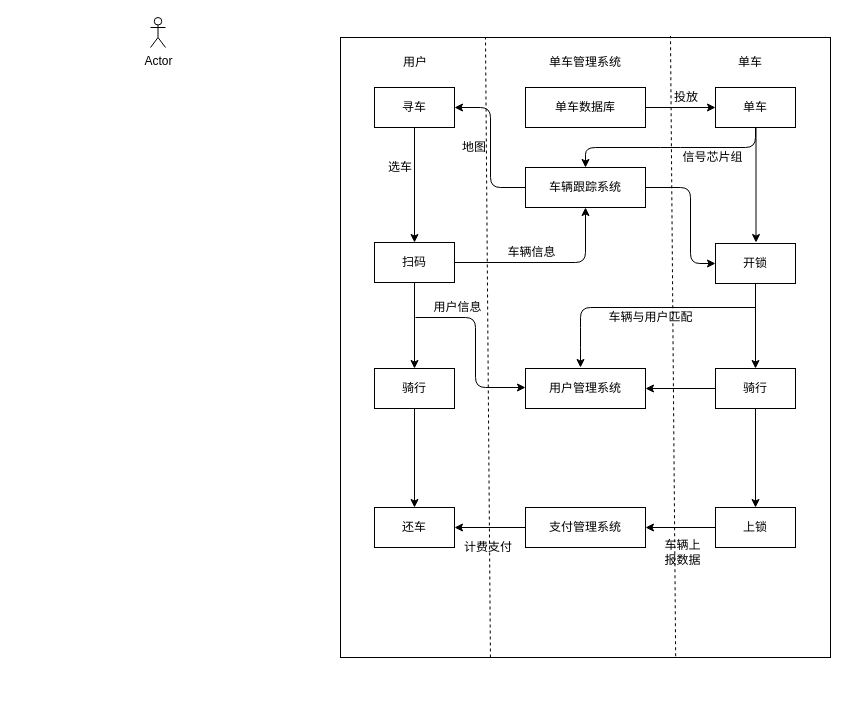
Tracyqyt/Tracyqyt.github.io keeps this draw.io diagram as Untitled Diagram.drawio. Above is the earlier version. Source tidied: cells renumbered, new cells numbered last; positions are measured from the earlier drawing's top-left corner, leaving out a move shared by most shapes. Both pictures are drawn from the tidied source at 100%, with x=0, y=0 at pixel (150, 17). Pictures stored in the file or linked from it are replaced by grey dashed boxes.
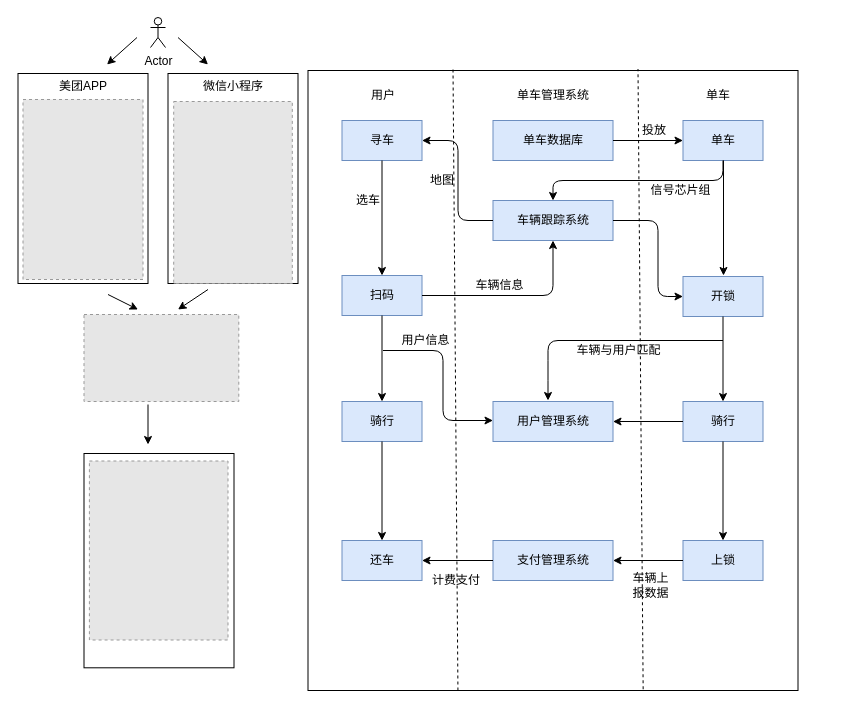
The same diagram, later.

Diff of the diagram source:
```diff
@@
+    <mxCell id="46" style="group;" parent="1" vertex="1">
+      <mxGeometry x="-132.5" y="56" width="329" height="594.3" as="geometry" />
+    </mxCell>
+    <mxCell id="47" style="rounded=0;whiteSpace=wrap;html=1;" parent="46" vertex="1">
+      <mxGeometry width="130" height="210" as="geometry" />
+    </mxCell>
+    <mxCell id="48" style="rounded=0;whiteSpace=wrap;html=1;" parent="46" vertex="1">
+      <mxGeometry x="150" width="130" height="210" as="geometry" />
+    </mxCell>
+    <mxCell id="49" style="fillColor=#E6E6E6;strokeColor=#999999;dashed=1;verticalLabelPosition=bottom;verticalAlign=top;" parent="46" vertex="1">
+      <mxGeometry x="5" y="26" width="120" height="180" as="geometry" />
+    </mxCell>
+    <mxCell id="50" style="fillColor=#E6E6E6;strokeColor=#999999;dashed=1;verticalLabelPosition=bottom;verticalAlign=top;" parent="46" vertex="1">
+      <mxGeometry x="155.7" y="28" width="118.6" height="182" as="geometry" />
+    </mxCell>
+    <mxCell id="51" value="美团APP" style="text;html=1;strokeColor=none;fillColor=none;align=center;verticalAlign=middle;whiteSpace=wrap;rounded=0;" parent="46" vertex="1">
+      <mxGeometry x="30" y="3" width="70" height="20" as="geometry" />
+    </mxCell>
+    <mxCell id="52" value="微信小程序" style="text;html=1;strokeColor=none;fillColor=none;align=center;verticalAlign=middle;whiteSpace=wrap;rounded=0;" parent="46" vertex="1">
+      <mxGeometry x="180" y="3" width="70" height="20" as="geometry" />
+    </mxCell>
+    <mxCell id="53" style="rounded=0;whiteSpace=wrap;html=1;" parent="46" vertex="1">
+      <mxGeometry x="66" y="380" width="150" height="214.3" as="geometry" />
+    </mxCell>
+    <mxCell id="54" style="fillColor=#E6E6E6;strokeColor=#999999;dashed=1;verticalLabelPosition=bottom;verticalAlign=top;" parent="46" vertex="1">
+      <mxGeometry x="71.4" y="387.5" width="138.6" height="179" as="geometry" />
+    </mxCell>
+    <mxCell id="55" style="endArrow=classic;html=1;" parent="46" edge="1">
+      <mxGeometry relative="1" as="geometry">
+        <mxPoint x="90" y="221" as="sourcePoint" />
+        <mxPoint x="120" y="236" as="targetPoint" />
+      </mxGeometry>
+    </mxCell>
+    <mxCell id="56" style="fillColor=#E6E6E6;strokeColor=#999999;dashed=1;verticalLabelPosition=bottom;verticalAlign=top;" parent="46" vertex="1">
+      <mxGeometry x="66" y="241" width="154.8" height="87" as="geometry" />
+    </mxCell>
+    <mxCell id="57" style="group;" parent="1" vertex="1">
+      <mxGeometry x="157.5" y="50" width="490" height="623" as="geometry" />
+    </mxCell>
+    <mxCell id="58" style="group;" parent="57" vertex="1">
+      <mxGeometry y="1.5" width="490" height="621.5" as="geometry" />
+    </mxCell>
-    <mxCell id="3" style="rounded=0;whiteSpace=wrap;html=1;" parent="1" vertex="1">
-      <mxGeometry x="190" y="20" width="490" height="620" as="geometry" />
+    <mxCell id="3" style="rounded=0;whiteSpace=wrap;html=1;" parent="58" vertex="1">
+      <mxGeometry y="1.5" width="490" height="620" as="geometry" />
     </mxCell>
-    <mxCell id="4" style="edgeStyle=orthogonalEdgeStyle;rounded=0;jettySize=auto;html=1;" parent="1" edge="1" source="5" target="15">
-      <mxGeometry relative="1" as="geometry" />
-    </mxCell>
-    <mxCell id="5" value="寻车" style="rounded=0;whiteSpace=wrap;html=1;" parent="1" vertex="1">
-      <mxGeometry x="224" y="70" width="80" height="40" as="geometry" />
+    <mxCell id="5" value="寻车" style="rounded=0;whiteSpace=wrap;html=1;fillColor=#dae8fc;strokeColor=#6c8ebf;" parent="58" vertex="1">
+      <mxGeometry x="34" y="51.5" width="80" height="40" as="geometry" />
     </mxCell>
-    <mxCell id="6" style="endArrow=none;dashed=1;html=1;exitX=0.306;exitY=1;exitDx=0;exitDy=0;exitPerimeter=0;" parent="1" edge="1" source="3">
-      <mxGeometry relative="1" as="geometry">
-        <mxPoint x="335" y="20" as="targetPoint" />
-      </mxGeometry>
-    </mxCell>
-    <mxCell id="7" style="endArrow=none;dashed=1;html=1;exitX=0.684;exitY=0.998;exitDx=0;exitDy=0;exitPerimeter=0;" parent="1" edge="1" source="3">
+    <mxCell id="7" style="endArrow=none;dashed=1;html=1;exitX=0.684;exitY=0.998;exitDx=0;exitDy=0;exitPerimeter=0;" parent="58" edge="1" source="3">
       <mxGeometry relative="1" as="geometry">
-        <mxPoint x="520" y="18.5" as="targetPoint" />
+        <mxPoint x="330" as="targetPoint" />
       </mxGeometry>
     </mxCell>
-    <mxCell id="8" value="用户" style="text;html=1;strokeColor=none;fillColor=none;align=center;verticalAlign=middle;whiteSpace=wrap;rounded=0;" parent="1" vertex="1">
-      <mxGeometry x="220" y="30" width="90" height="30" as="geometry" />
+    <mxCell id="8" value="用户" style="text;html=1;strokeColor=none;fillColor=none;align=center;verticalAlign=middle;whiteSpace=wrap;rounded=0;" parent="58" vertex="1">
+      <mxGeometry x="30" y="11.5" width="90" height="30" as="geometry" />
     </mxCell>
-    <mxCell id="9" value="单车管理系统" style="text;html=1;strokeColor=none;fillColor=none;align=center;verticalAlign=middle;whiteSpace=wrap;rounded=0;" parent="1" vertex="1">
-      <mxGeometry x="390" y="30" width="90" height="30" as="geometry" />
+    <mxCell id="9" value="单车管理系统" style="text;html=1;strokeColor=none;fillColor=none;align=center;verticalAlign=middle;whiteSpace=wrap;rounded=0;" parent="58" vertex="1">
+      <mxGeometry x="200" y="11.5" width="90" height="30" as="geometry" />
     </mxCell>
-    <mxCell id="10" value="单车" style="text;html=1;strokeColor=none;fillColor=none;align=center;verticalAlign=middle;whiteSpace=wrap;rounded=0;" parent="1" vertex="1">
-      <mxGeometry x="555" y="30" width="90" height="30" as="geometry" />
+    <mxCell id="10" value="单车" style="text;html=1;strokeColor=none;fillColor=none;align=center;verticalAlign=middle;whiteSpace=wrap;rounded=0;" parent="58" vertex="1">
+      <mxGeometry x="365" y="11.5" width="90" height="30" as="geometry" />
     </mxCell>
-    <mxCell id="11" value="单车" style="rounded=0;whiteSpace=wrap;html=1;" parent="1" vertex="1">
-      <mxGeometry x="565" y="70" width="80" height="40" as="geometry" />
+    <mxCell id="11" value="单车" style="rounded=0;whiteSpace=wrap;html=1;fillColor=#dae8fc;strokeColor=#6c8ebf;" parent="58" vertex="1">
+      <mxGeometry x="375" y="51.5" width="80" height="40" as="geometry" />
     </mxCell>
+    <mxCell id="13" value="单车数据库" style="rounded=0;whiteSpace=wrap;html=1;fillColor=#dae8fc;strokeColor=#6c8ebf;" parent="58" vertex="1">
+      <mxGeometry x="185" y="51.5" width="120" height="40" as="geometry" />
+    </mxCell>
-    <mxCell id="12" style="edgeStyle=orthogonalEdgeStyle;rounded=0;jettySize=auto;html=1;" parent="1" edge="1" source="13" target="11">
+    <mxCell id="12" style="edgeStyle=orthogonalEdgeStyle;rounded=0;jettySize=auto;html=1;" parent="58" edge="1" source="13" target="11">
       <mxGeometry relative="1" as="geometry" />
     </mxCell>
-    <mxCell id="13" value="单车数据库" style="rounded=0;whiteSpace=wrap;html=1;" parent="1" vertex="1">
-      <mxGeometry x="375" y="70" width="120" height="40" as="geometry" />
-    </mxCell>
+    <mxCell id="15" value="扫码" style="rounded=0;whiteSpace=wrap;html=1;fillColor=#dae8fc;strokeColor=#6c8ebf;" parent="58" vertex="1">
+      <mxGeometry x="34" y="206.5" width="80" height="40" as="geometry" />
+    </mxCell>
+    <mxCell id="4" style="edgeStyle=orthogonalEdgeStyle;rounded=0;jettySize=auto;html=1;" parent="58" edge="1" source="5" target="15">
+      <mxGeometry relative="1" as="geometry" />
+    </mxCell>
+    <mxCell id="17" value="开锁" style="rounded=0;whiteSpace=wrap;html=1;fillColor=#dae8fc;strokeColor=#6c8ebf;" parent="58" vertex="1">
+      <mxGeometry x="375" y="207.5" width="80" height="40" as="geometry" />
+    </mxCell>
+    <mxCell id="19" value="骑行" style="rounded=0;whiteSpace=wrap;html=1;fillColor=#dae8fc;strokeColor=#6c8ebf;" parent="58" vertex="1">
+      <mxGeometry x="34" y="332.5" width="80" height="40" as="geometry" />
+    </mxCell>
-    <mxCell id="14" style="edgeStyle=orthogonalEdgeStyle;rounded=0;jettySize=auto;html=1;" parent="1" edge="1" source="15" target="19">
+    <mxCell id="14" style="edgeStyle=orthogonalEdgeStyle;rounded=0;jettySize=auto;html=1;" parent="58" edge="1" source="15" target="19">
       <mxGeometry relative="1" as="geometry" />
     </mxCell>
-    <mxCell id="15" value="扫码" style="rounded=0;whiteSpace=wrap;html=1;" parent="1" vertex="1">
-      <mxGeometry x="224" y="225" width="80" height="40" as="geometry" />
-    </mxCell>
+    <mxCell id="22" value="骑行" style="rounded=0;whiteSpace=wrap;html=1;fillColor=#dae8fc;strokeColor=#6c8ebf;" parent="58" vertex="1">
+      <mxGeometry x="375" y="332.5" width="80" height="40" as="geometry" />
+    </mxCell>
-    <mxCell id="16" style="edgeStyle=orthogonalEdgeStyle;rounded=0;jettySize=auto;html=1;" parent="1" edge="1" source="17" target="22">
+    <mxCell id="16" style="edgeStyle=orthogonalEdgeStyle;rounded=0;jettySize=auto;html=1;" parent="58" edge="1" source="17" target="22">
       <mxGeometry relative="1" as="geometry" />
     </mxCell>
-    <mxCell id="17" value="开锁" style="rounded=0;whiteSpace=wrap;html=1;" parent="1" vertex="1">
-      <mxGeometry x="565" y="226" width="80" height="40" as="geometry" />
-    </mxCell>
+    <mxCell id="24" value="上锁" style="rounded=0;whiteSpace=wrap;html=1;fillColor=#dae8fc;strokeColor=#6c8ebf;" parent="58" vertex="1">
+      <mxGeometry x="375" y="471.5" width="80" height="40" as="geometry" />
+    </mxCell>
+    <mxCell id="20" style="edgeStyle=orthogonalEdgeStyle;rounded=0;jettySize=auto;html=1;" parent="58" edge="1" source="22" target="24">
+      <mxGeometry relative="1" as="geometry" />
+    </mxCell>
+    <mxCell id="25" value="还车" style="rounded=0;whiteSpace=wrap;html=1;fillColor=#dae8fc;strokeColor=#6c8ebf;" parent="58" vertex="1">
+      <mxGeometry x="34" y="471.5" width="80" height="40" as="geometry" />
+    </mxCell>
-    <mxCell id="18" style="edgeStyle=orthogonalEdgeStyle;rounded=0;jettySize=auto;html=1;" parent="1" edge="1" source="19" target="25">
+    <mxCell id="18" style="edgeStyle=orthogonalEdgeStyle;rounded=0;jettySize=auto;html=1;" parent="58" edge="1" source="19" target="25">
       <mxGeometry relative="1" as="geometry" />
     </mxCell>
-    <mxCell id="19" value="骑行" style="rounded=0;whiteSpace=wrap;html=1;" parent="1" vertex="1">
-      <mxGeometry x="224" y="351" width="80" height="40" as="geometry" />
-    </mxCell>
-    <mxCell id="20" style="edgeStyle=orthogonalEdgeStyle;rounded=0;jettySize=auto;html=1;" parent="1" edge="1" source="22" target="24">
-      <mxGeometry relative="1" as="geometry" />
-    </mxCell>
-    <mxCell id="21" style="edgeStyle=orthogonalEdgeStyle;rounded=0;jettySize=auto;html=1;" parent="1" edge="1" source="22" target="36">
-      <mxGeometry relative="1" as="geometry" />
-    </mxCell>
-    <mxCell id="22" value="骑行" style="rounded=0;whiteSpace=wrap;html=1;" parent="1" vertex="1">
-      <mxGeometry x="565" y="351" width="80" height="40" as="geometry" />
-    </mxCell>
-    <mxCell id="23" style="edgeStyle=orthogonalEdgeStyle;rounded=0;jettySize=auto;html=1;" parent="1" edge="1" source="24" target="38">
-      <mxGeometry relative="1" as="geometry" />
-    </mxCell>
-    <mxCell id="24" value="上锁" style="rounded=0;whiteSpace=wrap;html=1;" parent="1" vertex="1">
-      <mxGeometry x="565" y="490" width="80" height="40" as="geometry" />
-    </mxCell>
-    <mxCell id="25" value="还车" style="rounded=0;whiteSpace=wrap;html=1;" parent="1" vertex="1">
-      <mxGeometry x="224" y="490" width="80" height="40" as="geometry" />
-    </mxCell>
-    <mxCell id="26" value="投放" style="text;html=1;strokeColor=none;fillColor=none;align=center;verticalAlign=middle;whiteSpace=wrap;rounded=0;" parent="1" vertex="1">
-      <mxGeometry x="516" y="70" width="40" height="20" as="geometry" />
+    <mxCell id="26" value="投放" style="text;html=1;strokeColor=none;fillColor=none;align=center;verticalAlign=middle;whiteSpace=wrap;rounded=0;" parent="58" vertex="1">
+      <mxGeometry x="326" y="51.5" width="40" height="20" as="geometry" />
     </mxCell>
-    <mxCell id="27" value="车辆跟踪系统" style="rounded=0;whiteSpace=wrap;html=1;" parent="1" vertex="1">
-      <mxGeometry x="375" y="150" width="120" height="40" as="geometry" />
+    <mxCell id="27" value="车辆跟踪系统" style="rounded=0;whiteSpace=wrap;html=1;fillColor=#dae8fc;strokeColor=#6c8ebf;" parent="58" vertex="1">
+      <mxGeometry x="185" y="131.5" width="120" height="40" as="geometry" />
     </mxCell>
-    <mxCell id="28" style="endArrow=classic;html=1;entryX=1;entryY=0.5;entryDx=0;entryDy=0;exitX=0;exitY=0.5;exitDx=0;exitDy=0;" parent="1" edge="1" source="27" target="5">
+    <mxCell id="28" style="endArrow=classic;html=1;entryX=1;entryY=0.5;entryDx=0;entryDy=0;exitX=0;exitY=0.5;exitDx=0;exitDy=0;" parent="58" edge="1" source="27" target="5">
       <mxGeometry relative="1" as="geometry">
         <Array as="points">
-          <mxPoint x="340" y="170" />
-          <mxPoint x="340" y="90" />
+          <mxPoint x="150" y="151.5" />
+          <mxPoint x="150" y="71.5" />
         </Array>
       </mxGeometry>
     </mxCell>
-    <mxCell id="29" style="endArrow=classic;html=1;entryX=0.5;entryY=0;entryDx=0;entryDy=0;exitX=0.5;exitY=1;exitDx=0;exitDy=0;" parent="1" edge="1" source="11" target="27">
+    <mxCell id="29" style="endArrow=classic;html=1;entryX=0.5;entryY=0;entryDx=0;entryDy=0;exitX=0.5;exitY=1;exitDx=0;exitDy=0;" parent="58" edge="1" source="11" target="27">
       <mxGeometry relative="1" as="geometry">
         <Array as="points">
-          <mxPoint x="605" y="130" />
-          <mxPoint x="520" y="130" />
-          <mxPoint x="435" y="130" />
+          <mxPoint x="415" y="111.5" />
+          <mxPoint x="330" y="111.5" />
+          <mxPoint x="245" y="111.5" />
         </Array>
       </mxGeometry>
     </mxCell>
-    <mxCell id="30" value="地图" style="text;html=1;strokeColor=none;fillColor=none;align=center;verticalAlign=middle;whiteSpace=wrap;rounded=0;" parent="1" vertex="1">
-      <mxGeometry x="304" y="120" width="40" height="20" as="geometry" />
+    <mxCell id="30" value="地图" style="text;html=1;strokeColor=none;fillColor=none;align=center;verticalAlign=middle;whiteSpace=wrap;rounded=0;" parent="58" vertex="1">
+      <mxGeometry x="114" y="101.5" width="40" height="20" as="geometry" />
     </mxCell>
-    <mxCell id="31" value="信号芯片组" style="text;html=1;strokeColor=none;fillColor=none;align=center;verticalAlign=middle;whiteSpace=wrap;rounded=0;" parent="1" vertex="1">
-      <mxGeometry x="525" y="130" width="75" height="20" as="geometry" />
+    <mxCell id="31" value="信号芯片组" style="text;html=1;strokeColor=none;fillColor=none;align=center;verticalAlign=middle;whiteSpace=wrap;rounded=0;" parent="58" vertex="1">
+      <mxGeometry x="335" y="111.5" width="75" height="20" as="geometry" />
     </mxCell>
-    <mxCell id="32" value="选车" style="text;html=1;strokeColor=none;fillColor=none;align=center;verticalAlign=middle;whiteSpace=wrap;rounded=0;" parent="1" vertex="1">
-      <mxGeometry x="230" y="140" width="40" height="20" as="geometry" />
+    <mxCell id="32" value="选车" style="text;html=1;strokeColor=none;fillColor=none;align=center;verticalAlign=middle;whiteSpace=wrap;rounded=0;" parent="58" vertex="1">
+      <mxGeometry x="40" y="121.5" width="40" height="20" as="geometry" />
     </mxCell>
-    <mxCell id="33" style="endArrow=classic;html=1;exitX=1;exitY=0.5;exitDx=0;exitDy=0;entryX=0.5;entryY=1;entryDx=0;entryDy=0;" parent="1" edge="1" source="15" target="27">
+    <mxCell id="33" style="endArrow=classic;html=1;exitX=1;exitY=0.5;exitDx=0;exitDy=0;entryX=0.5;entryY=1;entryDx=0;entryDy=0;" parent="58" edge="1" source="15" target="27">
       <mxGeometry relative="1" as="geometry">
         <Array as="points">
-          <mxPoint x="435" y="245" />
+          <mxPoint x="245" y="226.5" />
         </Array>
       </mxGeometry>
     </mxCell>
-    <mxCell id="34" style="edgeStyle=orthogonalEdgeStyle;rounded=0;orthogonalLoop=1;jettySize=auto;html=1;" parent="1" edge="1">
+    <mxCell id="34" style="edgeStyle=orthogonalEdgeStyle;rounded=0;orthogonalLoop=1;jettySize=auto;html=1;" parent="58" edge="1">
       <mxGeometry relative="1" as="geometry">
-        <mxPoint x="605.5" y="110" as="sourcePoint" />
-        <mxPoint x="605.5" y="225" as="targetPoint" />
+        <mxPoint x="415.5" y="91.5" as="sourcePoint" />
+        <mxPoint x="415.5" y="206.5" as="targetPoint" />
       </mxGeometry>
     </mxCell>
-    <mxCell id="35" style="endArrow=classic;html=1;exitX=1;exitY=0.5;exitDx=0;exitDy=0;entryX=0;entryY=0.5;entryDx=0;entryDy=0;" parent="1" edge="1" source="27" target="17">
+    <mxCell id="35" style="endArrow=classic;html=1;exitX=1;exitY=0.5;exitDx=0;exitDy=0;entryX=0;entryY=0.5;entryDx=0;entryDy=0;" parent="58" edge="1" source="27" target="17">
       <mxGeometry relative="1" as="geometry">
         <Array as="points">
-          <mxPoint x="540" y="170" />
-          <mxPoint x="540" y="246" />
+          <mxPoint x="350" y="151.5" />
+          <mxPoint x="350" y="227.5" />
         </Array>
       </mxGeometry>
     </mxCell>
-    <mxCell id="36" value="用户管理系统" style="rounded=0;whiteSpace=wrap;html=1;" parent="1" vertex="1">
-      <mxGeometry x="375" y="351" width="120" height="40" as="geometry" />
+    <mxCell id="36" value="用户管理系统" style="rounded=0;whiteSpace=wrap;html=1;fillColor=#dae8fc;strokeColor=#6c8ebf;" parent="58" vertex="1">
+      <mxGeometry x="185" y="332.5" width="120" height="40" as="geometry" />
     </mxCell>
-    <mxCell id="37" style="edgeStyle=orthogonalEdgeStyle;rounded=0;jettySize=auto;html=1;" parent="1" edge="1" source="38" target="25">
-      <mxGeometry relative="1" as="geometry" />
-    </mxCell>
-    <mxCell id="38" value="支付管理系统" style="rounded=0;whiteSpace=wrap;html=1;" parent="1" vertex="1">
-      <mxGeometry x="375" y="490" width="120" height="40" as="geometry" />
+    <mxCell id="38" value="支付管理系统" style="rounded=0;whiteSpace=wrap;html=1;fillColor=#dae8fc;strokeColor=#6c8ebf;" parent="58" vertex="1">
+      <mxGeometry x="185" y="471.5" width="120" height="40" as="geometry" />
     </mxCell>
-    <mxCell id="39" style="endArrow=classic;html=1;" parent="1" edge="1">
+    <mxCell id="39" style="endArrow=classic;html=1;" parent="58" edge="1">
       <mxGeometry relative="1" as="geometry">
-        <mxPoint x="605" y="290" as="sourcePoint" />
-        <mxPoint x="430" y="350" as="targetPoint" />
+        <mxPoint x="415" y="271.5" as="sourcePoint" />
+        <mxPoint x="240" y="331.5" as="targetPoint" />
         <Array as="points">
-          <mxPoint x="430" y="290" />
-          <mxPoint x="430" y="320" />
+          <mxPoint x="240" y="271.5" />
+          <mxPoint x="240" y="301.5" />
         </Array>
       </mxGeometry>
     </mxCell>
-    <mxCell id="40" value="车辆与用户匹配" style="text;html=1;strokeColor=none;fillColor=none;align=center;verticalAlign=middle;whiteSpace=wrap;rounded=0;" parent="1" vertex="1">
-      <mxGeometry x="446" y="290" width="109" height="20" as="geometry" />
+    <mxCell id="40" value="车辆与用户匹配" style="text;html=1;strokeColor=none;fillColor=none;align=center;verticalAlign=middle;whiteSpace=wrap;rounded=0;" parent="58" vertex="1">
+      <mxGeometry x="256" y="271.5" width="109" height="20" as="geometry" />
     </mxCell>
-    <mxCell id="41" value="车辆信息" style="text;html=1;strokeColor=none;fillColor=none;align=center;verticalAlign=middle;whiteSpace=wrap;rounded=0;" parent="1" vertex="1">
-      <mxGeometry x="344" y="225" width="75" height="20" as="geometry" />
+    <mxCell id="41" value="车辆信息" style="text;html=1;strokeColor=none;fillColor=none;align=center;verticalAlign=middle;whiteSpace=wrap;rounded=0;" parent="58" vertex="1">
+      <mxGeometry x="154" y="206.5" width="75" height="20" as="geometry" />
     </mxCell>
-    <mxCell id="42" style="endArrow=classic;html=1;" parent="1" edge="1">
+    <mxCell id="42" style="endArrow=classic;html=1;" parent="58" edge="1">
       <mxGeometry relative="1" as="geometry">
-        <mxPoint x="265" y="300" as="sourcePoint" />
-        <mxPoint x="375" y="370" as="targetPoint" />
+        <mxPoint x="75" y="281.5" as="sourcePoint" />
+        <mxPoint x="185" y="351.5" as="targetPoint" />
         <Array as="points">
-          <mxPoint x="325" y="300" />
-          <mxPoint x="325" y="370" />
+          <mxPoint x="135" y="281.5" />
+          <mxPoint x="135" y="351.5" />
         </Array>
       </mxGeometry>
     </mxCell>
-    <mxCell id="43" value="用户信息" style="text;html=1;strokeColor=none;fillColor=none;align=center;verticalAlign=middle;whiteSpace=wrap;rounded=0;" parent="1" vertex="1">
-      <mxGeometry x="270" y="280" width="75" height="20" as="geometry" />
+    <mxCell id="43" value="用户信息" style="text;html=1;strokeColor=none;fillColor=none;align=center;verticalAlign=middle;whiteSpace=wrap;rounded=0;" parent="58" vertex="1">
+      <mxGeometry x="80" y="261.5" width="75" height="20" as="geometry" />
     </mxCell>
-    <mxCell id="44" value="车辆上报数据" style="text;html=1;strokeColor=none;fillColor=none;align=center;verticalAlign=middle;whiteSpace=wrap;rounded=0;" parent="1" vertex="1">
-      <mxGeometry x="510" y="510" width="45" height="50" as="geometry" />
+    <mxCell id="44" value="车辆上报数据" style="text;html=1;strokeColor=none;fillColor=none;align=center;verticalAlign=middle;whiteSpace=wrap;rounded=0;" parent="58" vertex="1">
+      <mxGeometry x="320" y="491.5" width="45" height="50" as="geometry" />
     </mxCell>
-    <mxCell id="45" value="计费支付" style="text;html=1;strokeColor=none;fillColor=none;align=center;verticalAlign=middle;whiteSpace=wrap;rounded=0;" parent="1" vertex="1">
-      <mxGeometry x="310" y="510" width="56" height="40" as="geometry" />
+    <mxCell id="45" value="计费支付" style="text;html=1;strokeColor=none;fillColor=none;align=center;verticalAlign=middle;whiteSpace=wrap;rounded=0;" parent="58" vertex="1">
+      <mxGeometry x="120" y="491.5" width="56" height="40" as="geometry" />
     </mxCell>
+    <mxCell id="21" style="edgeStyle=orthogonalEdgeStyle;rounded=0;jettySize=auto;html=1;" parent="58" edge="1" source="22" target="36">
+      <mxGeometry relative="1" as="geometry" />
+    </mxCell>
+    <mxCell id="23" style="edgeStyle=orthogonalEdgeStyle;rounded=0;jettySize=auto;html=1;" parent="58" edge="1" source="24" target="38">
+      <mxGeometry relative="1" as="geometry" />
+    </mxCell>
+    <mxCell id="37" style="edgeStyle=orthogonalEdgeStyle;rounded=0;jettySize=auto;html=1;" parent="58" edge="1" source="38" target="25">
+      <mxGeometry relative="1" as="geometry" />
+    </mxCell>
+    <mxCell id="6" style="endArrow=none;dashed=1;html=1;exitX=0.306;exitY=1;exitDx=0;exitDy=0;exitPerimeter=0;" parent="57" edge="1" source="3">
+      <mxGeometry relative="1" as="geometry">
+        <mxPoint x="145" as="targetPoint" />
+      </mxGeometry>
+    </mxCell>
+    <mxCell id="59" style="endArrow=classic;html=1;" parent="1" edge="1">
+      <mxGeometry relative="1" as="geometry">
+        <mxPoint x="27.5" y="20" as="sourcePoint" />
+        <mxPoint x="57.5" y="47" as="targetPoint" />
+      </mxGeometry>
+    </mxCell>
+    <mxCell id="60" style="endArrow=classic;html=1;" parent="1" edge="1">
+      <mxGeometry relative="1" as="geometry">
+        <mxPoint x="-13.5" y="20" as="sourcePoint" />
+        <mxPoint x="-43.5" y="47" as="targetPoint" />
+      </mxGeometry>
+    </mxCell>
+    <mxCell id="61" style="endArrow=classic;html=1;" parent="1" edge="1">
+      <mxGeometry relative="1" as="geometry">
+        <mxPoint x="57.5" y="272" as="sourcePoint" />
+        <mxPoint x="27.5" y="292" as="targetPoint" />
+      </mxGeometry>
+    </mxCell>
+    <mxCell id="62" style="endArrow=classic;html=1;" parent="1" edge="1">
+      <mxGeometry relative="1" as="geometry">
+        <mxPoint x="-2.5" y="387" as="sourcePoint" />
+        <mxPoint x="-2.5" y="427" as="targetPoint" />
+      </mxGeometry>
+    </mxCell>
```
